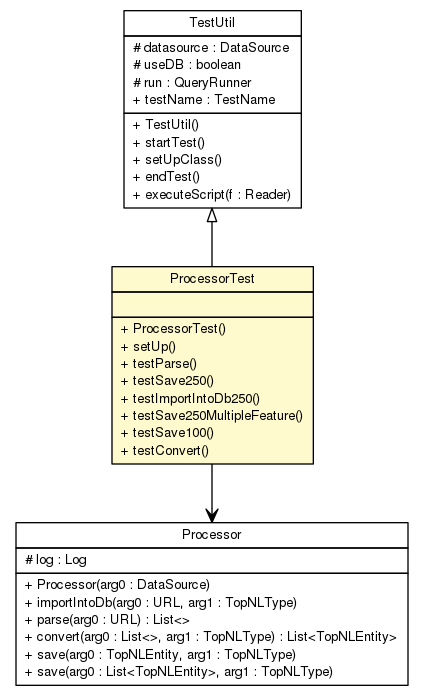
This is topnlparser/testapidocs/nl/b3p/topnl/ProcessorTest.png from B3Partners/brmo, a Graphviz export, as it was before one commit. Its source is kept beside it as topnlparser/testapidocs/nl/b3p/topnl/ProcessorTest.dot.
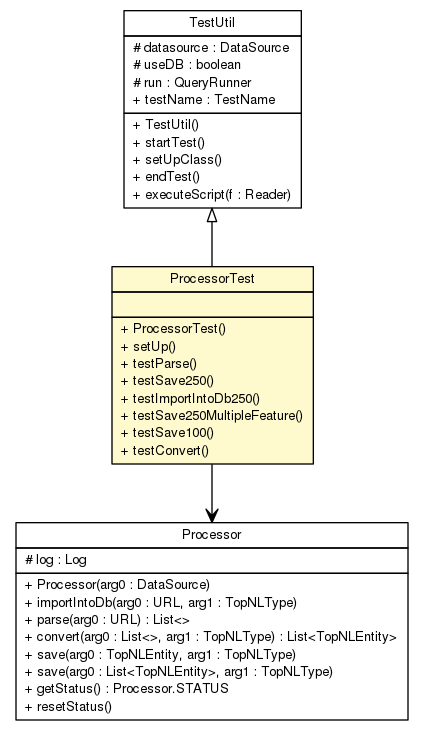
The same diagram one commit later.

Change to the diagram source:
```diff
@@ -4,7 +4,7 @@
 	node [fontname="Helvetica",fontsize=10,shape=plaintext];
 	nodesep=0.25;
 	ranksep=0.5;
-	c82 [label=<<table title="nl.b3p.topnl.ProcessorTest" border="0" cellborder="1" cellspacing="0" cellpadding="2" port="p" bgcolor="lemonChiffon" href="./ProcessorTest.html">
+	c83 [label=<<table title="nl.b3p.topnl.ProcessorTest" border="0" cellborder="1" cellspacing="0" cellpadding="2" port="p" bgcolor="lemonChiffon" href="./ProcessorTest.html">
 		<tr><td><table border="0" cellspacing="0" cellpadding="1">
 <tr><td align="center" balign="center"> ProcessorTest </td></tr>
 		</table></td></tr>
@@ -22,7 +22,7 @@
 <tr><td align="left" balign="left"> + testConvert() </td></tr>
 		</table></td></tr>
 		</table>>, URL="./ProcessorTest.html", fontname="Helvetica", fontcolor="black", fontsize=10.0];
-	c83 [label=<<table title="nl.b3p.topnl.TestUtil" border="0" cellborder="1" cellspacing="0" cellpadding="2" port="p" href="./TestUtil.html">
+	c84 [label=<<table title="nl.b3p.topnl.TestUtil" border="0" cellborder="1" cellspacing="0" cellpadding="2" port="p" href="./TestUtil.html">
 		<tr><td><table border="0" cellspacing="0" cellpadding="1">
 <tr><td align="center" balign="center"> TestUtil </td></tr>
 		</table></td></tr>
@@ -40,9 +40,9 @@
 <tr><td align="left" balign="left"> + executeScript(f : Reader) </td></tr>
 		</table></td></tr>
 		</table>>, URL="./TestUtil.html", fontname="Helvetica", fontcolor="black", fontsize=10.0];
-	c83:p -> c82:p [dir=back,arrowtail=empty];
-	c82:p -> c92:p [taillabel="", label="", headlabel="", fontname="Helvetica", fontcolor="black", fontsize=10.0, color="black", arrowhead=open];
-	c92 [label=<<table title="nl.b3p.topnl.Processor" border="0" cellborder="1" cellspacing="0" cellpadding="2" port="p">
+	c84:p -> c83:p [dir=back,arrowtail=empty];
+	c83:p -> c93:p [taillabel="", label="", headlabel="", fontname="Helvetica", fontcolor="black", fontsize=10.0, color="black", arrowhead=open];
+	c93 [label=<<table title="nl.b3p.topnl.Processor" border="0" cellborder="1" cellspacing="0" cellpadding="2" port="p">
 		<tr><td><table border="0" cellspacing="0" cellpadding="1">
 <tr><td align="center" balign="center"> Processor </td></tr>
 		</table></td></tr>
@@ -56,6 +56,8 @@
 <tr><td align="left" balign="left"> + convert(arg0 : List&lt;&gt;, arg1 : TopNLType) : List&lt;TopNLEntity&gt; </td></tr>
 <tr><td align="left" balign="left"> + save(arg0 : TopNLEntity, arg1 : TopNLType) </td></tr>
 <tr><td align="left" balign="left"> + save(arg0 : List&lt;TopNLEntity&gt;, arg1 : TopNLType) </td></tr>
+<tr><td align="left" balign="left"> + getStatus() : Processor.STATUS </td></tr>
+<tr><td align="left" balign="left"> + resetStatus() </td></tr>
 		</table></td></tr>
 		</table>>, URL="null", fontname="Helvetica", fontcolor="black", fontsize=10.0];
 }
```
